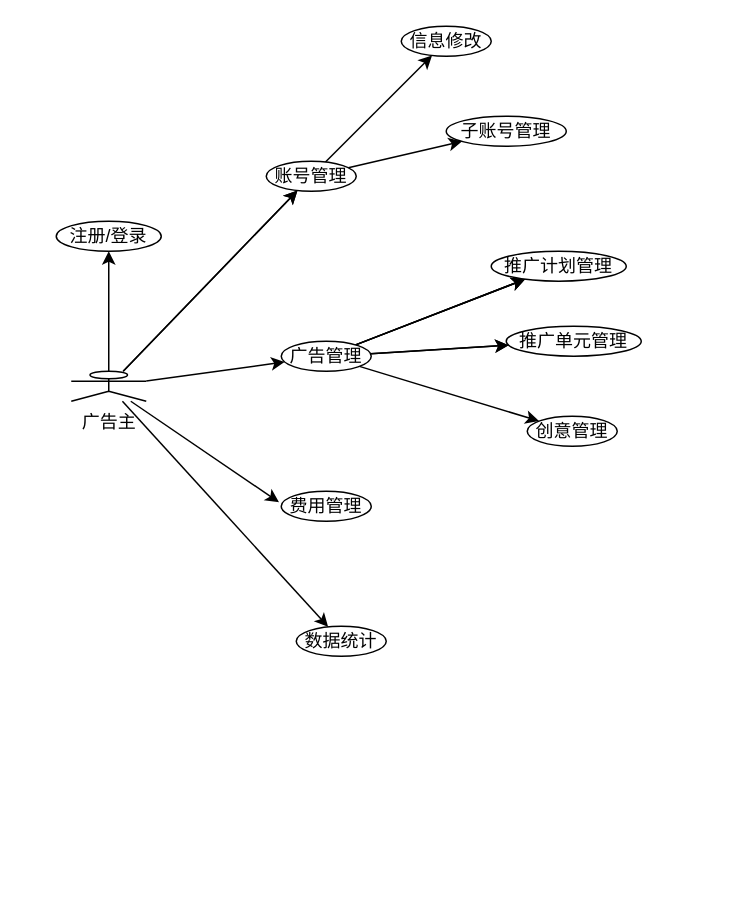
Before: 广告主用例图.drawio in izayoiyurin/draw, a draw.io diagram. Source tidied: cells renumbered, new cells numbered last; positions are measured from the earlier drawing's top-left corner, leaving out a move shared by most shapes. Both pictures are drawn from the tidied source at 150%, with x=0, y=0 at pixel (56, 26).
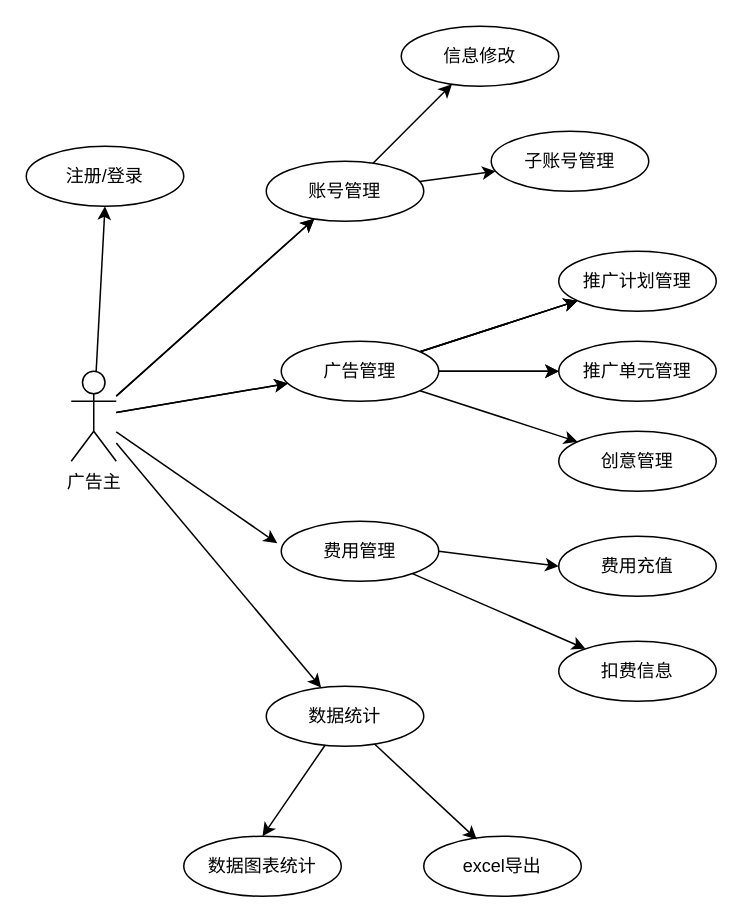
After the change.

Commit message (it also covers changes not shown here):
更新广告主用例图.drawio

Change to the diagram source:
```diff
@@
+    <mxCell id="27" style="edgeStyle=none;rounded=0;jettySize=auto;html=1;" parent="1" edge="1" source="5" target="15">
+      <mxGeometry relative="1" as="geometry" />
+    </mxCell>
     <mxCell id="5" value="广告主" style="shape=umlActor;verticalLabelPosition=bottom;verticalAlign=top;html=1;" parent="1" vertex="1">
-      <mxGeometry x="10" y="230" width="50" height="20" as="geometry" />
+      <mxGeometry x="10" y="230" width="30" height="60" as="geometry" />
     </mxCell>
@@
-    <mxCell id="8" value="账号管理" style="ellipse;whiteSpace=wrap;html=1;verticalAlign=middle;labelPosition=center;verticalLabelPosition=middle;align=center;" parent="1" vertex="1">
-      <mxGeometry x="140" y="90" width="60" height="20" as="geometry" />
+    <mxCell id="8" value="&lt;span&gt;账号管理&lt;/span&gt;" style="ellipse;whiteSpace=wrap;html=1;verticalAlign=middle;labelPosition=center;verticalLabelPosition=middle;align=center;" parent="1" vertex="1">
+      <mxGeometry x="140" y="90" width="105" height="40" as="geometry" />
     </mxCell>
@@
     <mxCell id="15" value="广告管理" style="ellipse;whiteSpace=wrap;html=1;verticalAlign=middle;" parent="1" vertex="1">
-      <mxGeometry x="150" y="210" width="60" height="20" as="geometry" />
+      <mxGeometry x="150" y="210" width="105" height="40" as="geometry" />
     </mxCell>
+    <mxCell id="28" style="edgeStyle=none;rounded=0;jettySize=auto;html=1;exitX=1;exitY=0.5;exitDx=0;exitDy=0;entryX=0;entryY=0.5;entryDx=0;entryDy=0;" parent="1" edge="1" source="16" target="30">
+      <mxGeometry relative="1" as="geometry" />
+    </mxCell>
+    <mxCell id="29" style="edgeStyle=none;rounded=0;jettySize=auto;html=1;" parent="1" edge="1" source="16" target="31">
+      <mxGeometry relative="1" as="geometry" />
+    </mxCell>
     <mxCell id="16" value="费用管理" style="ellipse;whiteSpace=wrap;html=1;verticalAlign=middle;" parent="1" vertex="1">
-      <mxGeometry x="150" y="310" width="60" height="20" as="geometry" />
+      <mxGeometry x="150" y="330" width="105" height="40" as="geometry" />
     </mxCell>
@@
     <mxCell id="18" value="数据统计" style="ellipse;whiteSpace=wrap;html=1;verticalAlign=middle;" parent="1" vertex="1">
-      <mxGeometry x="160" y="400" width="60" height="20" as="geometry" />
+      <mxGeometry x="140" y="440" width="105" height="40" as="geometry" />
     </mxCell>
@@
     <mxCell id="20" value="信息修改" style="ellipse;whiteSpace=wrap;html=1;verticalAlign=middle;labelPosition=center;verticalLabelPosition=middle;align=center;" parent="1" vertex="1">
-      <mxGeometry x="230" width="60" height="20" as="geometry" />
+      <mxGeometry x="230" width="105" height="40" as="geometry" />
     </mxCell>
     <mxCell id="21" value="子账号管理" style="ellipse;whiteSpace=wrap;html=1;verticalAlign=middle;labelPosition=center;verticalLabelPosition=middle;align=center;" parent="1" vertex="1">
-      <mxGeometry x="260" y="60" width="80" height="20" as="geometry" />
+      <mxGeometry x="290" y="70" width="105" height="40" as="geometry" />
     </mxCell>
-    <mxCell id="22" value="注册/登录" style="ellipse;whiteSpace=wrap;html=1;verticalAlign=middle;labelPosition=center;verticalLabelPosition=middle;align=center;" parent="1" vertex="1">
-      <mxGeometry y="130" width="70" height="20" as="geometry" />
-    </mxCell>
-    <mxCell id="23" style="endArrow=classic;html=1;rounded=0;" parent="1" edge="1" source="5" target="22">
+    <mxCell id="23" style="endArrow=classic;html=1;rounded=0;entryX=0.5;entryY=1;entryDx=0;entryDy=0;" parent="1" edge="1" source="5" target="22">
       <mxGeometry relative="1" as="geometry" />
     </mxCell>
     <mxCell id="24" value="推广计划管理" style="ellipse;whiteSpace=wrap;html=1;verticalAlign=middle;" parent="1" vertex="1">
-      <mxGeometry x="290" y="150" width="90" height="20" as="geometry" />
+      <mxGeometry x="335" y="150" width="105" height="40" as="geometry" />
     </mxCell>
     <mxCell id="25" value="推广单元管理" style="ellipse;whiteSpace=wrap;html=1;verticalAlign=middle;" parent="1" vertex="1">
-      <mxGeometry x="300" y="200" width="90" height="20" as="geometry" />
+      <mxGeometry x="335" y="210" width="105" height="40" as="geometry" />
     </mxCell>
     <mxCell id="26" value="创意管理" style="ellipse;whiteSpace=wrap;html=1;verticalAlign=middle;" parent="1" vertex="1">
-      <mxGeometry x="314" y="260" width="60" height="20" as="geometry" />
+      <mxGeometry x="335" y="270" width="105" height="40" as="geometry" />
     </mxCell>
+    <mxCell id="22" value="&lt;span&gt;注册/登录&lt;/span&gt;" style="ellipse;whiteSpace=wrap;html=1;verticalAlign=middle;labelPosition=center;verticalLabelPosition=middle;align=center;" parent="1" vertex="1">
+      <mxGeometry x="-20" y="80" width="105" height="40" as="geometry" />
+    </mxCell>
+    <mxCell id="30" value="费用充值" style="ellipse;whiteSpace=wrap;html=1;verticalAlign=middle;labelPosition=center;verticalLabelPosition=middle;align=center;" parent="1" vertex="1">
+      <mxGeometry x="335" y="340" width="105" height="40" as="geometry" />
+    </mxCell>
+    <mxCell id="31" value="扣费信息" style="ellipse;whiteSpace=wrap;html=1;verticalAlign=middle;labelPosition=center;verticalLabelPosition=middle;align=center;" parent="1" vertex="1">
+      <mxGeometry x="335" y="410" width="105" height="40" as="geometry" />
+    </mxCell>
+    <mxCell id="32" value="数据图表统计" style="ellipse;whiteSpace=wrap;html=1;verticalAlign=middle;labelPosition=center;verticalLabelPosition=middle;align=center;" parent="1" vertex="1">
+      <mxGeometry x="85" y="540" width="105" height="40" as="geometry" />
+    </mxCell>
+    <mxCell id="33" value="excel导出" style="ellipse;whiteSpace=wrap;html=1;verticalAlign=middle;labelPosition=center;verticalLabelPosition=middle;align=center;" parent="1" vertex="1">
+      <mxGeometry x="245" y="540" width="105" height="40" as="geometry" />
+    </mxCell>
+    <mxCell id="34" style="endArrow=classic;html=1;rounded=0;entryX=0.5;entryY=0;entryDx=0;entryDy=0;" parent="1" edge="1" source="18" target="32">
+      <mxGeometry relative="1" as="geometry" />
+    </mxCell>
+    <mxCell id="35" style="endArrow=classic;html=1;rounded=0;entryX=0.337;entryY=0.053;entryDx=0;entryDy=0;entryPerimeter=0;" parent="1" edge="1" source="18" target="33">
+      <mxGeometry relative="1" as="geometry" />
+    </mxCell>
```
